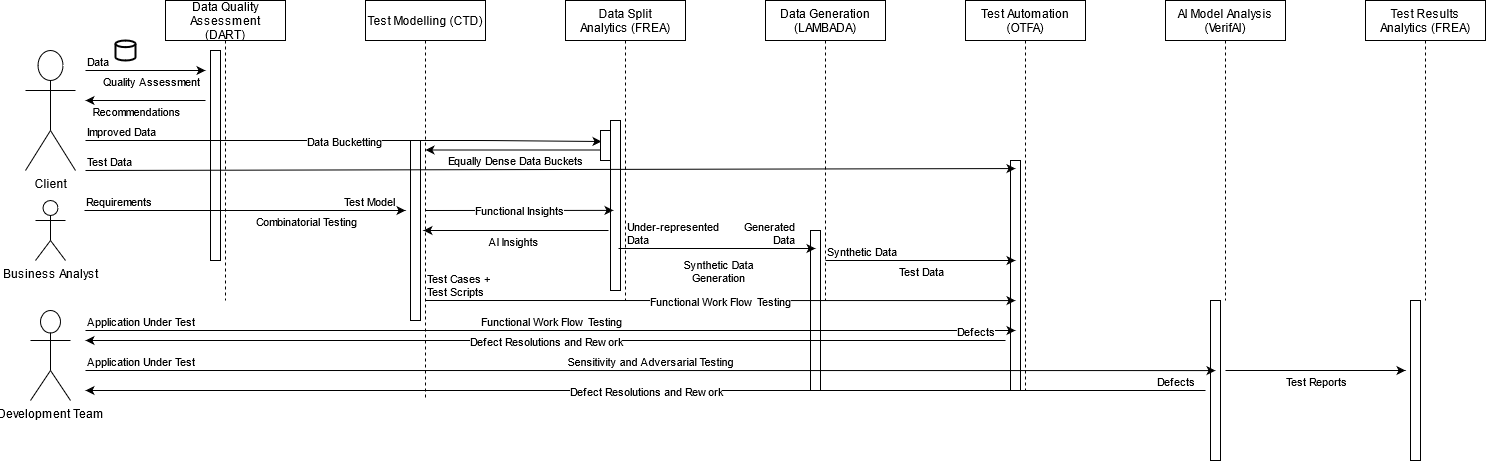
ilanjaya/TestCOE keeps this draw.io diagram as FACT Process Flow.png. Above is the earlier version. Source tidied: cells renumbered, new cells last; positions are measured from the earlier drawing's top-left corner, leaving out a move shared by most shapes.
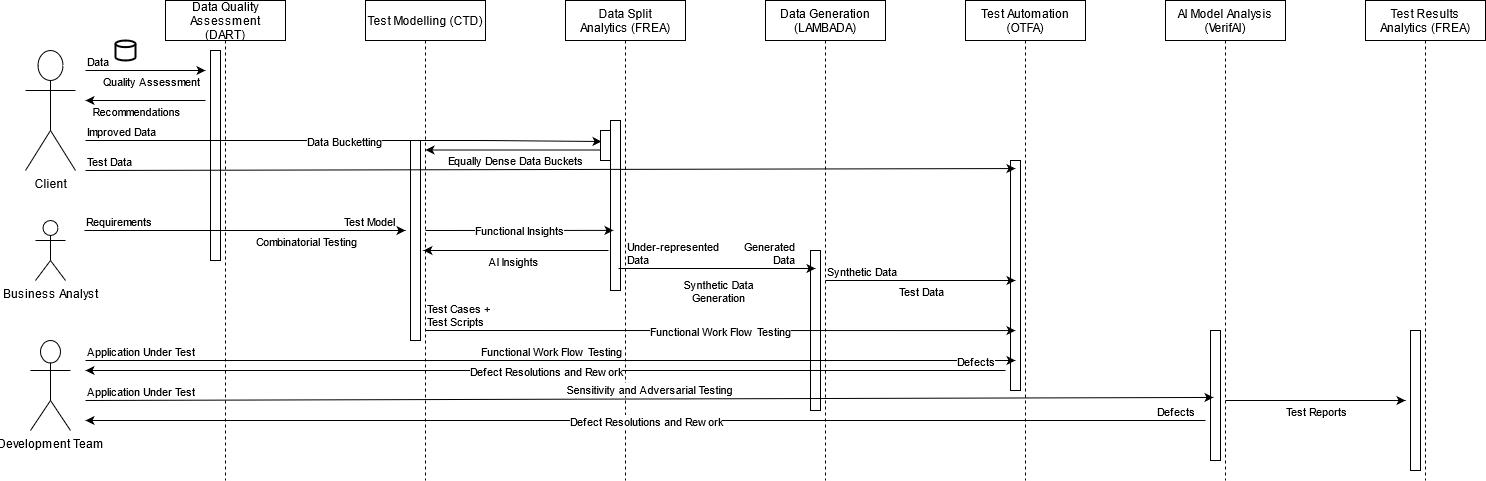
After the change.

Change to the diagram source:
```diff
@@ -3,48 +3,48 @@
     <mxCell id="0" />
     <mxCell id="1" parent="0" />
     <mxCell id="2" value="Data Quality &#10;Assessment &#10;(DART)" style="shape=umlLifeline;perimeter=lifelinePerimeter;rounded=0;shadow=0;strokeWidth=1;" parent="1" vertex="1">
-      <mxGeometry x="140" width="120" height="300" as="geometry" />
+      <mxGeometry x="140" width="120" height="480" as="geometry" />
     </mxCell>
     <mxCell id="3" style="perimeter=orthogonalPerimeter;rounded=0;shadow=0;strokeWidth=1;" parent="2" vertex="1">
       <mxGeometry x="45" y="50" width="10" height="210" as="geometry" />
     </mxCell>
     <mxCell id="4" value="Test Modelling (CTD)" style="shape=umlLifeline;perimeter=lifelinePerimeter;rounded=0;shadow=0;strokeWidth=1;" parent="1" vertex="1">
-      <mxGeometry x="340" width="120" height="400" as="geometry" />
+      <mxGeometry x="340" width="120" height="480" as="geometry" />
     </mxCell>
     <mxCell id="5" style="perimeter=orthogonalPerimeter;rounded=0;shadow=0;strokeWidth=1;" parent="4" vertex="1">
-      <mxGeometry x="45" y="140" width="10" height="180" as="geometry" />
+      <mxGeometry x="45" y="140" width="10" height="200" as="geometry" />
     </mxCell>
     <mxCell id="6" value="Data Split &#10;Analytics (FREA)" style="shape=umlLifeline;perimeter=lifelinePerimeter;rounded=0;shadow=0;strokeWidth=1;" parent="1" vertex="1">
-      <mxGeometry x="540" width="120" height="300" as="geometry" />
+      <mxGeometry x="540" width="120" height="480" as="geometry" />
     </mxCell>
     <mxCell id="7" style="perimeter=orthogonalPerimeter;rounded=0;shadow=0;strokeWidth=1;" parent="6" vertex="1">
       <mxGeometry x="45" y="120" width="10" height="170" as="geometry" />
     </mxCell>
     <mxCell id="8" value="Data Generation&#10;(LAMBADA)" style="shape=umlLifeline;perimeter=lifelinePerimeter;rounded=0;shadow=0;strokeWidth=1;" parent="1" vertex="1">
-      <mxGeometry x="740" width="120" height="300" as="geometry" />
+      <mxGeometry x="740" width="120" height="480" as="geometry" />
     </mxCell>
     <mxCell id="9" style="perimeter=orthogonalPerimeter;rounded=0;shadow=0;strokeWidth=1;" parent="8" vertex="1">
-      <mxGeometry x="45" y="230" width="10" height="160" as="geometry" />
+      <mxGeometry x="45" y="250" width="10" height="160" as="geometry" />
     </mxCell>
     <mxCell id="10" value="Test Automation &#10;(OTFA)" style="shape=umlLifeline;perimeter=lifelinePerimeter;rounded=0;shadow=0;strokeWidth=1;" parent="1" vertex="1">
-      <mxGeometry x="940" width="120" height="390" as="geometry" />
+      <mxGeometry x="940" width="120" height="480" as="geometry" />
     </mxCell>
     <mxCell id="11" style="points=[];perimeter=orthogonalPerimeter;rounded=0;shadow=0;strokeWidth=1;" parent="10" vertex="1">
       <mxGeometry x="45" y="160" width="10" height="230" as="geometry" />
     </mxCell>
     <mxCell id="12" value="AI Model Analysis &#10;(VerifAI)" style="shape=umlLifeline;perimeter=lifelinePerimeter;rounded=0;shadow=0;strokeWidth=1;" parent="1" vertex="1">
-      <mxGeometry x="1140" width="120" height="300" as="geometry" />
+      <mxGeometry x="1140" width="120" height="480" as="geometry" />
     </mxCell>
     <mxCell id="13" style="points=[];perimeter=orthogonalPerimeter;rounded=0;shadow=0;strokeWidth=1;" parent="12" vertex="1">
-      <mxGeometry x="45" y="300" width="10" height="160" as="geometry" />
+      <mxGeometry x="45" y="330" width="10" height="130" as="geometry" />
     </mxCell>
     <mxCell id="14" style="strokeWidth=2;html=1;shape=mxgraph.flowchart.database;whiteSpace=wrap;" parent="1" vertex="1">
       <mxGeometry x="90" y="40" width="20" height="20" as="geometry" />
     </mxCell>
     <mxCell id="15" style="endArrow=classic;html=1;" parent="1" edge="1">
       <mxGeometry relative="1" as="geometry">
-        <mxPoint x="59" y="210" as="sourcePoint" />
-        <mxPoint x="380" y="210" as="targetPoint" />
+        <mxPoint x="59" y="230" as="sourcePoint" />
+        <mxPoint x="380" y="230" as="targetPoint" />
       </mxGeometry>
     </mxCell>
     <mxCell id="16" value="&lt;div&gt;Combinatorial Testing&lt;/div&gt;" style="edgeLabel;html=1;align=center;verticalAlign=middle;" parent="15" vertex="1">
@@ -62,8 +62,8 @@
     </mxCell>
     <mxCell id="19" style="endArrow=classic;html=1;entryX=0.4;entryY=0.533;entryDx=0;entryDy=0;entryPerimeter=0;" parent="1" edge="1">
       <mxGeometry relative="1" as="geometry">
-        <mxPoint x="400" y="210" as="sourcePoint" />
-        <mxPoint x="588" y="209.9" as="targetPoint" />
+        <mxPoint x="400" y="230" as="sourcePoint" />
+        <mxPoint x="588" y="229.9" as="targetPoint" />
       </mxGeometry>
     </mxCell>
     <mxCell id="20" value="Functional Insights" style="edgeLabel;html=1;align=center;verticalAlign=middle;" parent="19" vertex="1">
@@ -71,8 +71,8 @@
     </mxCell>
     <mxCell id="21" style="endArrow=classic;html=1;exitX=0.43;exitY=0.583;exitDx=0;exitDy=0;exitPerimeter=0;entryX=0.483;entryY=0.5;entryDx=0;entryDy=0;entryPerimeter=0;" parent="1" edge="1">
       <mxGeometry relative="1" as="geometry">
-        <mxPoint x="583" y="230" as="sourcePoint" />
-        <mxPoint x="398" y="230" as="targetPoint" />
+        <mxPoint x="583" y="250" as="sourcePoint" />
+        <mxPoint x="398" y="250" as="targetPoint" />
       </mxGeometry>
     </mxCell>
     <mxCell id="22" value="&lt;div&gt;AI Insights&lt;/div&gt;" style="edgeLabel;html=1;align=center;verticalAlign=middle;" parent="21" vertex="1">
@@ -112,10 +112,10 @@
       <mxGeometry x="-1" relative="1" as="geometry" />
     </mxCell>
     <mxCell id="29" value="Test Results &#10;Analytics (FREA)" style="shape=umlLifeline;perimeter=lifelinePerimeter;rounded=0;shadow=0;strokeWidth=1;" parent="1" vertex="1">
-      <mxGeometry x="1340" width="120" height="300" as="geometry" />
+      <mxGeometry x="1340" width="120" height="480" as="geometry" />
     </mxCell>
     <mxCell id="30" style="perimeter=orthogonalPerimeter;rounded=0;shadow=0;strokeWidth=1;" parent="29" vertex="1">
-      <mxGeometry x="45" y="300" width="10" height="160" as="geometry" />
+      <mxGeometry x="45" y="330" width="10" height="140" as="geometry" />
     </mxCell>
     <mxCell id="31" style="endArrow=classic;html=1;entryX=0.1;entryY=0.367;entryDx=0;entryDy=0;entryPerimeter=0;" parent="1" edge="1" target="45">
       <mxGeometry relative="1" as="geometry">
@@ -132,12 +132,12 @@
       <mxGeometry x="-1" relative="1" as="geometry" />
     </mxCell>
     <mxCell id="34" value="Business Analyst" style="shape=umlActor;verticalLabelPosition=bottom;verticalAlign=top;html=1;" parent="1" vertex="1">
-      <mxGeometry x="10" y="200" width="30" height="60" as="geometry" />
+      <mxGeometry x="10" y="220" width="30" height="60" as="geometry" />
     </mxCell>
     <mxCell id="35" style="endArrow=classic;html=1;exitX=0.8;exitY=0.8;exitDx=0;exitDy=0;exitPerimeter=0;" parent="1" edge="1">
       <mxGeometry relative="1" as="geometry">
-        <mxPoint x="593" y="248" as="sourcePoint" />
-        <mxPoint x="790" y="248" as="targetPoint" />
+        <mxPoint x="593" y="268" as="sourcePoint" />
+        <mxPoint x="790" y="268" as="targetPoint" />
       </mxGeometry>
     </mxCell>
     <mxCell id="36" value="&lt;div&gt;Synthetic Data &lt;br&gt;&lt;/div&gt;&lt;div&gt;Generation&lt;/div&gt;" style="edgeLabel;html=1;align=center;verticalAlign=middle;" parent="35" vertex="1">
@@ -167,12 +167,12 @@
       </mxGeometry>
     </mxCell>
     <mxCell id="41" value="Development Team" style="shape=umlActor;verticalLabelPosition=bottom;verticalAlign=top;html=1;" parent="1" vertex="1">
-      <mxGeometry x="5" y="310" width="40" height="90" as="geometry" />
+      <mxGeometry x="5" y="340" width="40" height="90" as="geometry" />
     </mxCell>
     <mxCell id="42" style="endArrow=classic;html=1;" parent="1" edge="1">
       <mxGeometry relative="1" as="geometry">
-        <mxPoint x="800" y="260" as="sourcePoint" />
-        <mxPoint x="990" y="260" as="targetPoint" />
+        <mxPoint x="800" y="280" as="sourcePoint" />
+        <mxPoint x="990" y="280" as="targetPoint" />
       </mxGeometry>
     </mxCell>
     <mxCell id="43" value="Test Data" style="edgeLabel;html=1;align=center;verticalAlign=middle;" parent="42" vertex="1">
@@ -196,8 +196,8 @@
     </mxCell>
     <mxCell id="48" style="endArrow=classic;html=1;" parent="1" edge="1">
       <mxGeometry relative="1" as="geometry">
-        <mxPoint x="60" y="330" as="sourcePoint" />
-        <mxPoint x="990" y="330" as="targetPoint" />
+        <mxPoint x="60" y="360" as="sourcePoint" />
+        <mxPoint x="990" y="360" as="targetPoint" />
       </mxGeometry>
     </mxCell>
     <mxCell id="49" value="Functional Work Flow Testing" style="edgeLabel;html=1;align=center;verticalAlign=middle;" parent="48" vertex="1">
@@ -208,9 +208,10 @@
     <mxCell id="50" value="Application Under Test" style="edgeLabel;html=1;align=left;verticalAlign=bottom;" parent="48" vertex="1">
       <mxGeometry x="-1" relative="1" as="geometry" />
     </mxCell>
-    <mxCell id="51" style="endArrow=classic;html=1;entryX=0.5;entryY=0.609;entryDx=0;entryDy=0;entryPerimeter=0;" parent="1" edge="1" target="11">
+    <mxCell id="51" style="endArrow=classic;html=1;entryX=0.5;entryY=0.609;entryDx=0;entryDy=0;entryPerimeter=0;" parent="1" edge="1">
       <mxGeometry relative="1" as="geometry">
-        <mxPoint x="400" y="300" as="sourcePoint" />
+        <mxPoint x="400" y="330" as="sourcePoint" />
+        <mxPoint x="990" y="330.1" as="targetPoint" />
       </mxGeometry>
     </mxCell>
     <mxCell id="52" value="Functional Work Flow Testing" style="edgeLabel;html=1;align=center;verticalAlign=middle;" parent="51" vertex="1">
@@ -219,9 +220,9 @@
     <mxCell id="53" value="&lt;div&gt;Test Cases +&lt;/div&gt;&lt;div&gt;Test Scripts&lt;br&gt;&lt;/div&gt;" style="edgeLabel;html=1;align=left;verticalAlign=bottom;" parent="51" vertex="1">
       <mxGeometry x="-1" relative="1" as="geometry" />
     </mxCell>
-    <mxCell id="54" style="endArrow=classic;html=1;entryX=0.5;entryY=0.438;entryDx=0;entryDy=0;entryPerimeter=0;" parent="1" edge="1" target="13">
+    <mxCell id="54" style="endArrow=classic;html=1;entryX=0.3;entryY=0.515;entryDx=0;entryDy=0;entryPerimeter=0;" parent="1" edge="1" target="13">
       <mxGeometry relative="1" as="geometry">
-        <mxPoint x="60" y="370" as="sourcePoint" />
+        <mxPoint x="60" y="400" as="sourcePoint" />
       </mxGeometry>
     </mxCell>
     <mxCell id="55" value="Sensitivity and Adversarial Testing" style="edgeLabel;html=1;align=center;verticalAlign=middle;" parent="54" vertex="1">
@@ -234,8 +235,8 @@
     </mxCell>
     <mxCell id="57" style="endArrow=classic;html=1;" parent="1" edge="1">
       <mxGeometry relative="1" as="geometry">
-        <mxPoint x="1200" y="370" as="sourcePoint" />
-        <mxPoint x="1380" y="370" as="targetPoint" />
+        <mxPoint x="1200" y="400" as="sourcePoint" />
+        <mxPoint x="1380" y="400" as="targetPoint" />
       </mxGeometry>
     </mxCell>
     <mxCell id="58" value="Test Reports" style="edgeLabel;html=1;align=center;verticalAlign=middle;" parent="57" vertex="1">
@@ -245,8 +246,8 @@
     </mxCell>
     <mxCell id="59" style="endArrow=classic;html=1;" parent="1" edge="1">
       <mxGeometry relative="1" as="geometry">
-        <mxPoint x="980" y="340" as="sourcePoint" />
-        <mxPoint x="60" y="340" as="targetPoint" />
+        <mxPoint x="980" y="370" as="sourcePoint" />
+        <mxPoint x="60" y="370" as="targetPoint" />
       </mxGeometry>
     </mxCell>
     <mxCell id="60" value="Defect Resolutions and Rework" style="edgeLabel;html=1;align=center;verticalAlign=middle;" parent="59" vertex="1">
@@ -259,8 +260,8 @@
     </mxCell>
     <mxCell id="62" style="endArrow=classic;html=1;" parent="1" edge="1">
       <mxGeometry relative="1" as="geometry">
-        <mxPoint x="1180" y="390" as="sourcePoint" />
-        <mxPoint x="60" y="390" as="targetPoint" />
+        <mxPoint x="1180" y="420" as="sourcePoint" />
+        <mxPoint x="60" y="420" as="targetPoint" />
       </mxGeometry>
     </mxCell>
     <mxCell id="63" value="Defect Resolutions and Rework" style="edgeLabel;html=1;align=center;verticalAlign=middle;" parent="62" vertex="1">
```
